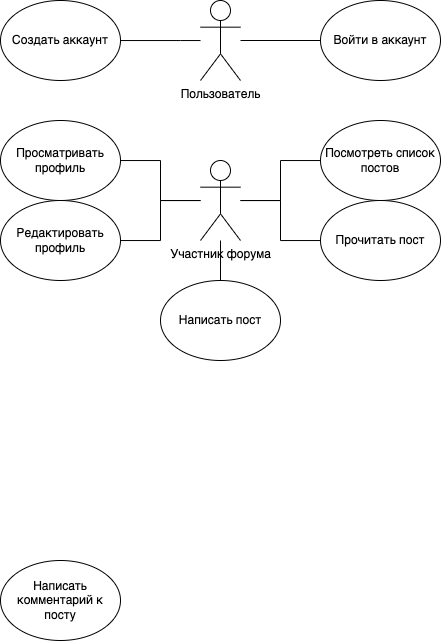
Before: WebBMSTU-UseCase.drawio.png, a diagram exported from draw.io (skotnikovda/web-bmstu). Source tidied: cells renumbered, new cells last; positions are measured from the earlier drawing's top-left corner, leaving out a move shared by most shapes. Source of this version:
```xml
<mxGraphModel>
  <root>
    <mxCell id="0" />
    <mxCell id="1" parent="0" />
    <mxCell id="2" value="Пользователь" style="shape=umlActor;verticalLabelPosition=bottom;verticalAlign=top;html=1;outlineConnect=0;" parent="1" vertex="1">
      <mxGeometry x="200" width="40" height="80" as="geometry" />
    </mxCell>
    <mxCell id="3" value="Создать аккаунт" style="ellipse;whiteSpace=wrap;html=1;" parent="1" vertex="1">
      <mxGeometry width="120" height="80" as="geometry" />
    </mxCell>
    <mxCell id="4" value="Войти в аккаунт" style="ellipse;whiteSpace=wrap;html=1;" parent="1" vertex="1">
      <mxGeometry x="320" width="120" height="80" as="geometry" />
    </mxCell>
    <mxCell id="5" value="Посмотреть список постов" style="ellipse;whiteSpace=wrap;html=1;" parent="1" vertex="1">
      <mxGeometry x="320" y="120" width="120" height="80" as="geometry" />
    </mxCell>
    <mxCell id="6" value="Прочитать пост" style="ellipse;whiteSpace=wrap;html=1;" parent="1" vertex="1">
      <mxGeometry x="320" y="200" width="120" height="80" as="geometry" />
    </mxCell>
    <mxCell id="7" value="Написать пост" style="ellipse;whiteSpace=wrap;html=1;" parent="1" vertex="1">
      <mxGeometry x="160" y="280" width="120" height="80" as="geometry" />
    </mxCell>
    <mxCell id="8" value="Написать комментарий к посту" style="ellipse;whiteSpace=wrap;html=1;" parent="1" vertex="1">
      <mxGeometry y="560" width="120" height="80" as="geometry" />
    </mxCell>
    <mxCell id="9" style="edgeStyle=orthogonalEdgeStyle;rounded=0;jettySize=auto;html=1;endArrow=none;endFill=0;" parent="1" edge="1" source="2" target="4">
      <mxGeometry relative="1" as="geometry">
        <Array as="points">
          <mxPoint x="220" y="40" />
          <mxPoint x="220" y="40" />
        </Array>
      </mxGeometry>
    </mxCell>
    <mxCell id="10" style="edgeStyle=orthogonalEdgeStyle;rounded=0;jettySize=auto;html=1;endArrow=none;endFill=0;" parent="1" edge="1" source="2" target="3">
      <mxGeometry relative="1" as="geometry">
        <Array as="points">
          <mxPoint x="180" y="40" />
          <mxPoint x="180" y="40" />
        </Array>
      </mxGeometry>
    </mxCell>
    <mxCell id="11" value="Просматривать профиль" style="ellipse;whiteSpace=wrap;html=1;" parent="1" vertex="1">
      <mxGeometry y="120" width="120" height="80" as="geometry" />
    </mxCell>
    <mxCell id="12" style="edgeStyle=orthogonalEdgeStyle;rounded=0;jettySize=auto;html=1;endArrow=none;endFill=0;" parent="1" edge="1" source="13" target="6">
      <mxGeometry relative="1" as="geometry" />
    </mxCell>
    <mxCell id="13" value="Участник форума" style="shape=umlActor;verticalLabelPosition=bottom;verticalAlign=top;html=1;outlineConnect=0;" parent="1" vertex="1">
      <mxGeometry x="200" y="160" width="40" height="80" as="geometry" />
    </mxCell>
    <mxCell id="14" value="Редактировать профиль" style="ellipse;whiteSpace=wrap;html=1;" parent="1" vertex="1">
      <mxGeometry y="200" width="120" height="80" as="geometry" />
    </mxCell>
    <mxCell id="15" style="edgeStyle=orthogonalEdgeStyle;rounded=0;jettySize=auto;html=1;endArrow=none;endFill=0;" parent="1" edge="1" source="13" target="5">
      <mxGeometry relative="1" as="geometry" />
    </mxCell>
    <mxCell id="16" style="edgeStyle=orthogonalEdgeStyle;rounded=0;jettySize=auto;html=1;endArrow=none;endFill=0;" parent="1" edge="1" source="13" target="7">
      <mxGeometry relative="1" as="geometry" />
    </mxCell>
    <mxCell id="17" style="edgeStyle=orthogonalEdgeStyle;rounded=0;jettySize=auto;html=1;endArrow=none;endFill=0;" parent="1" edge="1" source="13" target="14">
      <mxGeometry relative="1" as="geometry" />
    </mxCell>
    <mxCell id="18" style="edgeStyle=orthogonalEdgeStyle;rounded=0;jettySize=auto;html=1;endArrow=none;endFill=0;" parent="1" edge="1" source="13" target="11">
      <mxGeometry relative="1" as="geometry" />
    </mxCell>
  </root>
</mxGraphModel>
```
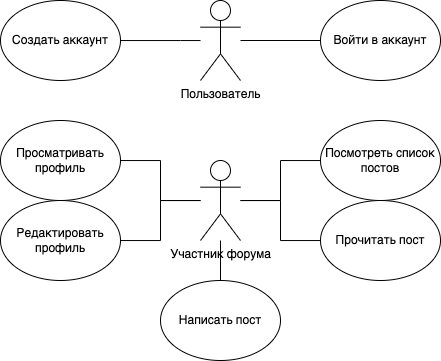
After the change.

Change to the diagram source:
```diff
@@ -20,9 +20,6 @@
     <mxCell id="7" value="Написать пост" style="ellipse;whiteSpace=wrap;html=1;" parent="1" vertex="1">
       <mxGeometry x="160" y="280" width="120" height="80" as="geometry" />
     </mxCell>
-    <mxCell id="8" value="Написать комментарий к посту" style="ellipse;whiteSpace=wrap;html=1;" parent="1" vertex="1">
-      <mxGeometry y="560" width="120" height="80" as="geometry" />
-    </mxCell>
     <mxCell id="9" style="edgeStyle=orthogonalEdgeStyle;rounded=0;jettySize=auto;html=1;endArrow=none;endFill=0;" parent="1" edge="1" source="2" target="4">
       <mxGeometry relative="1" as="geometry">
         <Array as="points">
```
